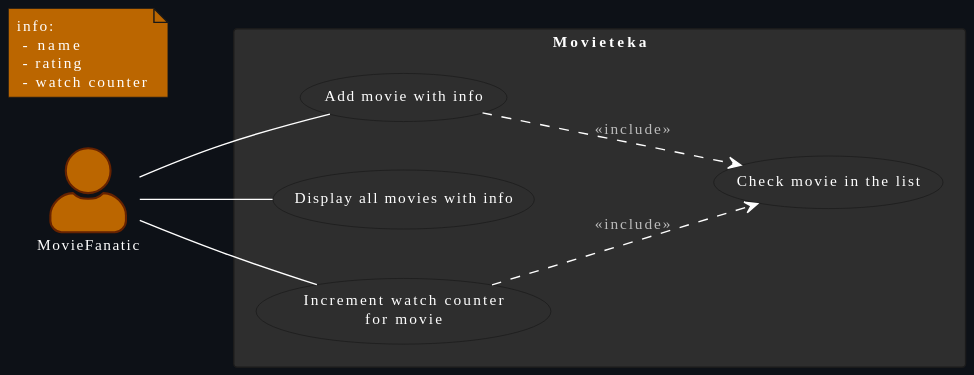
Earlier version of the PlantUML export UML/Use Case Diagram/Use Case Diagram.svg (Krizsi96/SectionChallenge_13).
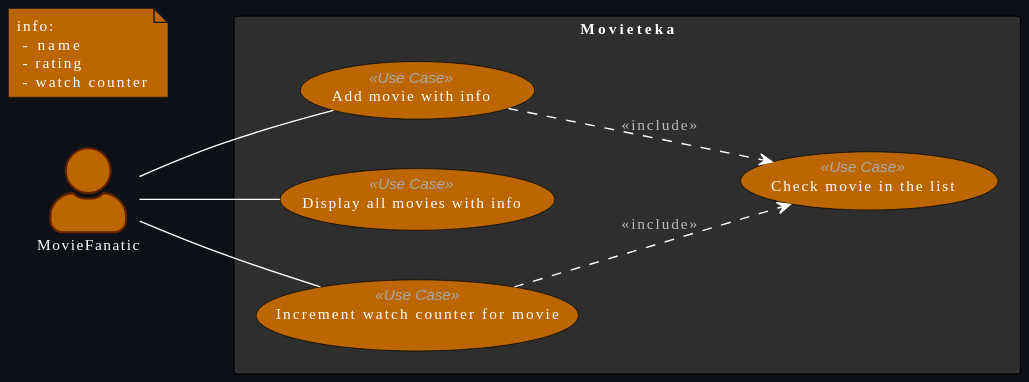
The same diagram one commit later.

Commit message:
add custom style for diagrams

The edit, as a diff of the source:
```diff
@@ -8,11 +8,10 @@
   actor MovieFanatic
 
   rectangle "Movieteka" {
-    usecase Add as "Add movie with info"
-    usecase Display as "Display all movies with info"
-    usecase Increment as "Increment watch counter
-                          for movie"
-    usecase Check as "Check movie in the list"
+    usecase Add as "Add movie with info" << Use Case >>
+    usecase Display as "Display all movies with info" << Use Case >>
+    usecase Increment as "Increment watch counter for movie" << Use Case >>
+    usecase Check as "Check movie in the list" << Use Case >>
 
     MovieFanatic -- Add
     MovieFanatic -- Display
```
